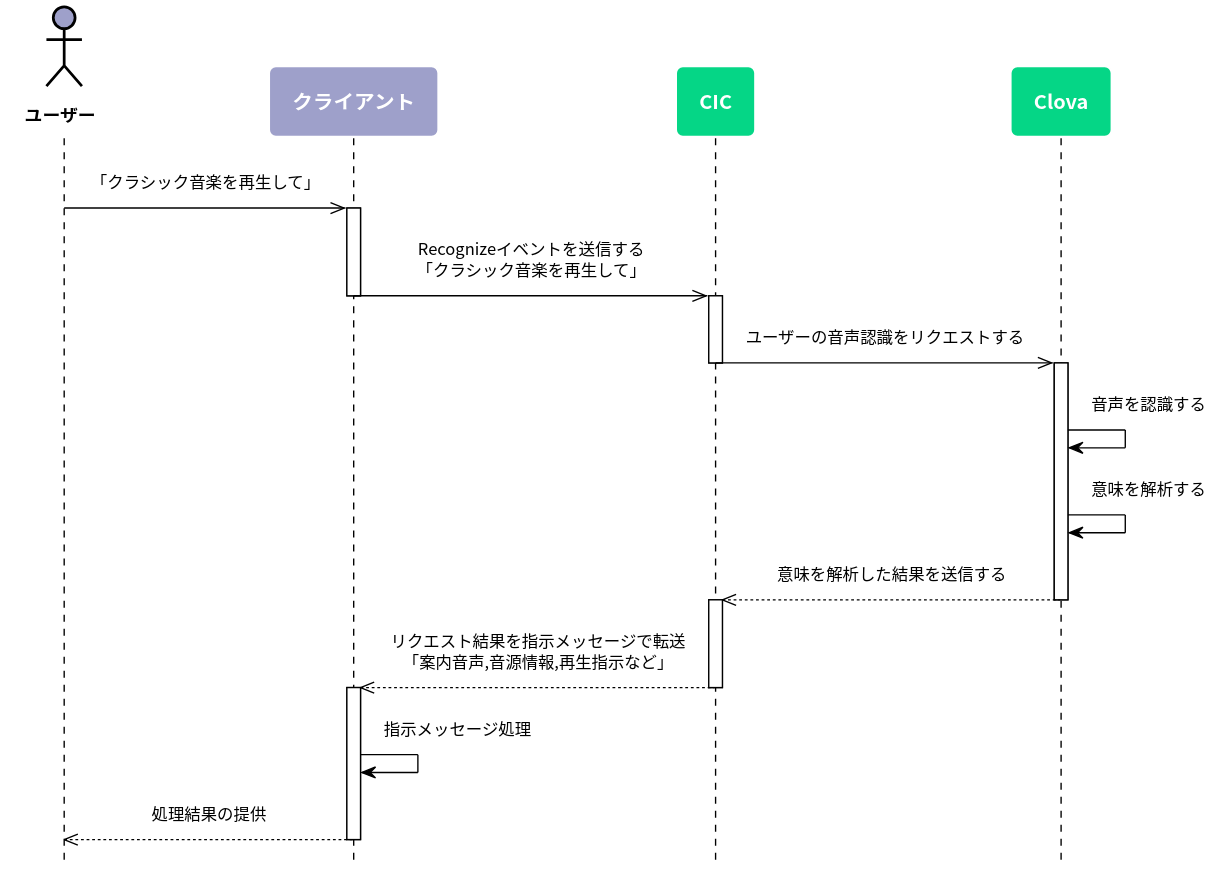
muchokwon/clova-client-developer-guide keeps this PlantUML diagram as ja-JP/Develop/Assets/Images/CIC_Interaction_Example_in_Sequence_Diagram.svg. Above is the earlier version.
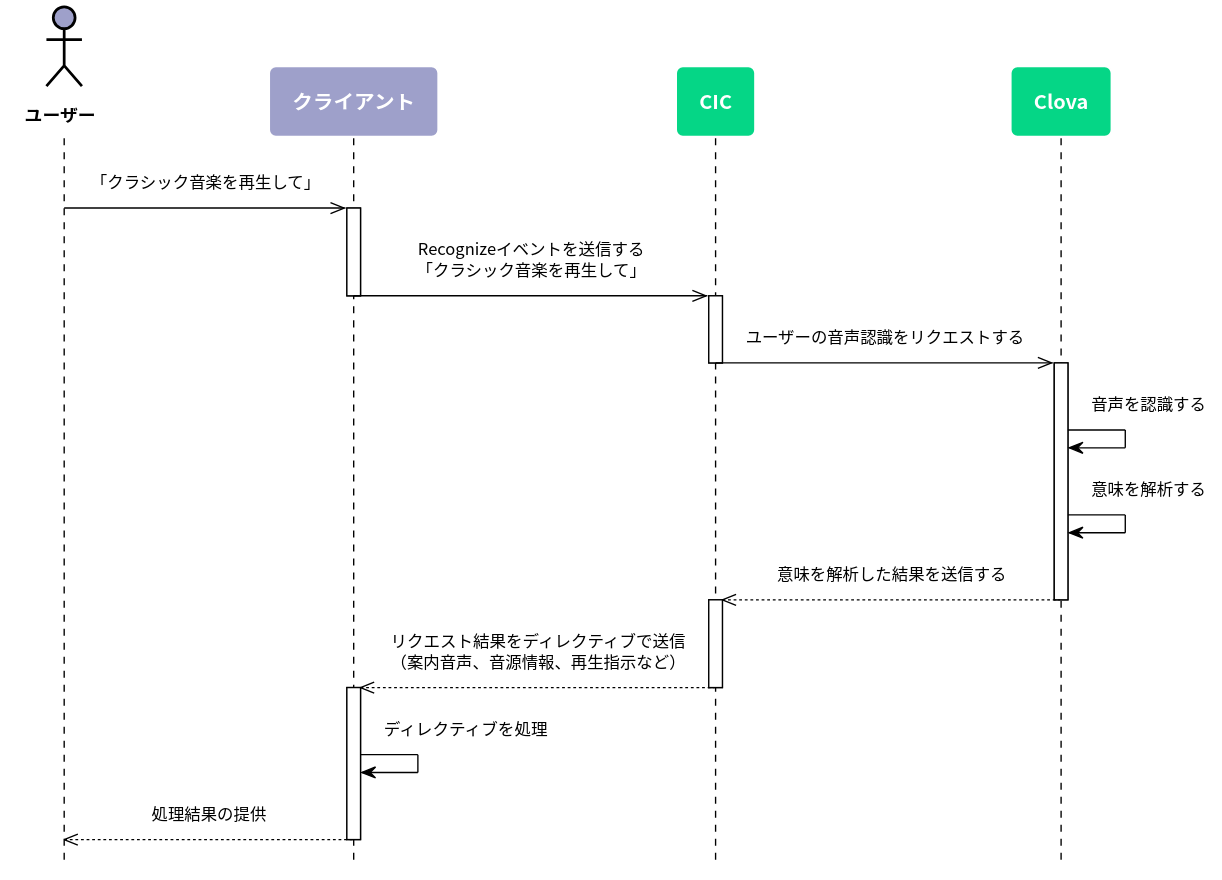
The same file after the commit.

Diff of the diagram source:
```diff
@@ -73,11 +73,11 @@
 deactivate clova
 
 activate cic
-  cic -->> client: リクエスト結果を指示メッセージで転送\n「案内音声,音源情報,再生指示など」
+  cic -->> client: リクエスト結果をディレクティブで送信\n（案内音声、音源情報、再生指示など）
 deactivate cic
 
 activate client
-  client -> client: 指示メッセージ処理
+  client -> client: ディレクティブを処理
   client -->> user: 処理結果の提供
 deactivate client
 
```
